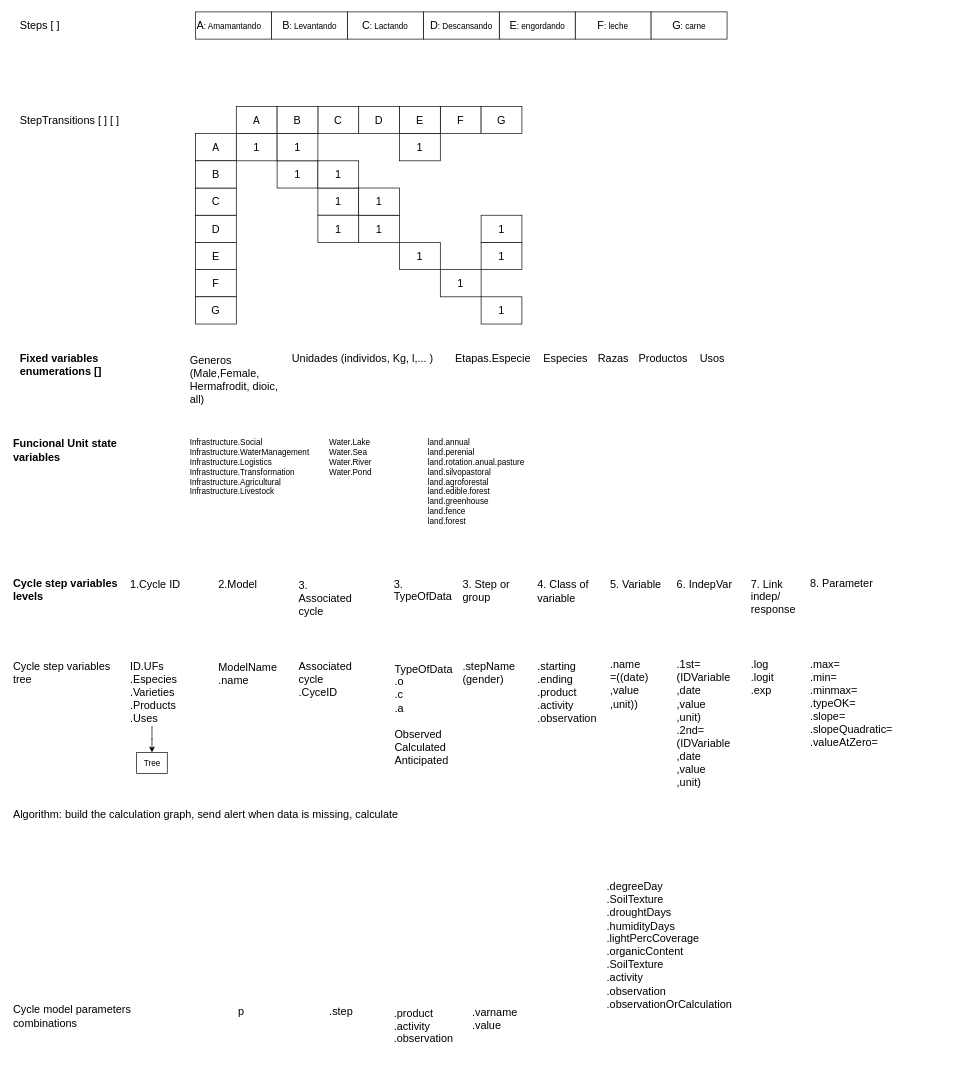
Above: page "Genérico" (1 of 2) of CyclesModels.drawio in stdupas/app.agromaker (draw.io), before the change. Source tidied: cells renumbered, new cells numbered last; positions are measured from the earlier drawing's top-left corner, leaving out a move shared by most shapes. Both pictures are drawn from the tidied source at 68%, with x=0, y=0 at pixel (12, 12).
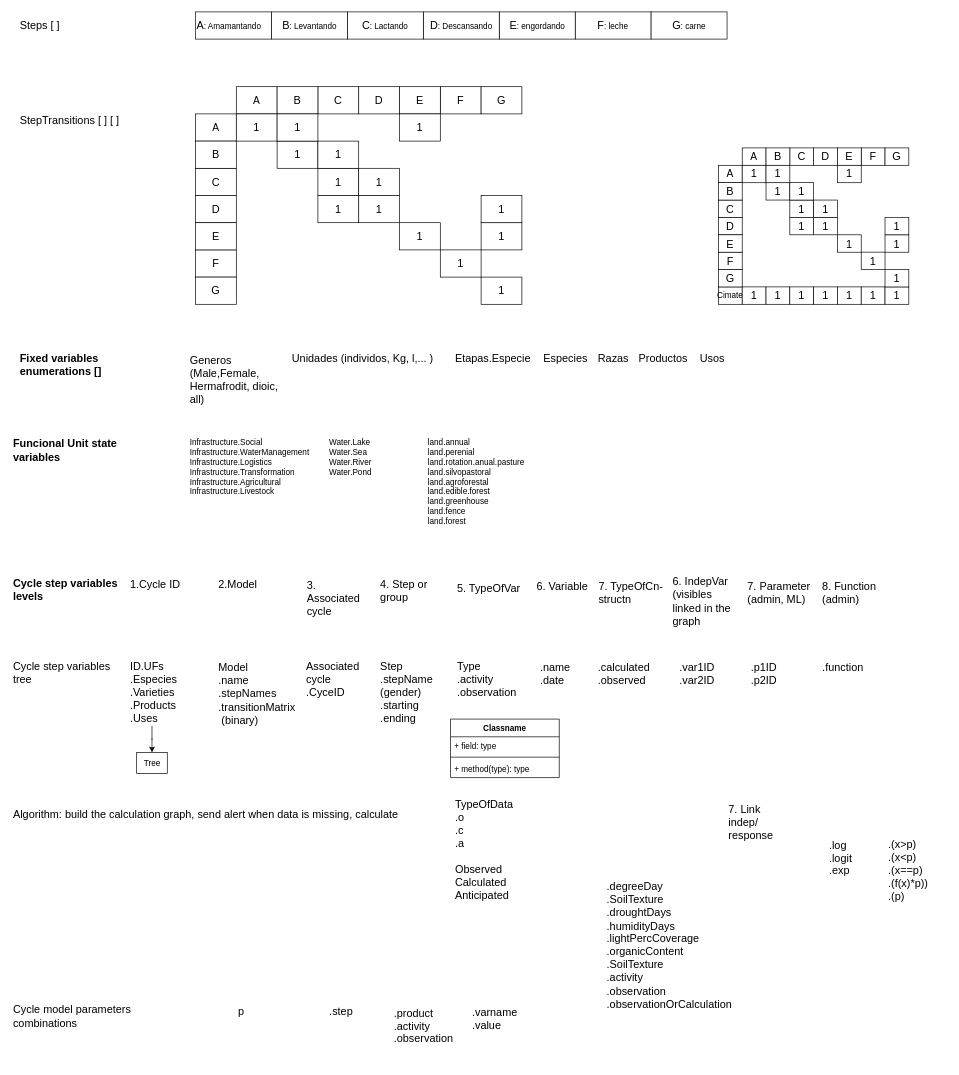
Above is the later version.

Commit message:
Mettre à jour CyclesModels.drawio

The edit, as a diff of the source:
```diff
@@
     <mxCell id="8" style="group;" parent="1" vertex="1">
-      <mxGeometry x="270" y="139" width="480" height="320" as="geometry" />
+      <mxGeometry x="270" y="110" width="480" height="320" as="geometry" />
     </mxCell>
@@
     <mxCell id="47" value="TypeOfData&lt;br&gt;&lt;div&gt;.o&lt;/div&gt;&lt;div style=&quot;font-size: 16px;&quot;&gt;.c&lt;/div&gt;&lt;div style=&quot;font-size: 16px;&quot;&gt;.a&lt;br style=&quot;font-size: 16px;&quot;&gt;&lt;/div&gt;&lt;div&gt;&lt;br&gt;&lt;/div&gt;&lt;div&gt;&lt;div style=&quot;font-size: 16px;&quot;&gt;Observed&lt;/div&gt;&lt;div style=&quot;font-size: 16px;&quot;&gt;Calculated&lt;/div&gt;Anticipated&lt;/div&gt;" style="text;whiteSpace=wrap;html=1;fontSize=16;verticalAlign=top;" parent="1" vertex="1">
-      <mxGeometry x="561.3" y="950" width="100" height="86" as="geometry" />
+      <mxGeometry x="650" y="1148.5" width="100" height="86" as="geometry" />
     </mxCell>
-    <mxCell id="48" value="&lt;div&gt;.stepName (gender)&lt;br&gt;&lt;/div&gt;&lt;div&gt;&lt;br&gt;&lt;/div&gt;" style="text;whiteSpace=wrap;html=1;fontSize=16;verticalAlign=top;" parent="1" vertex="1">
-      <mxGeometry x="661.3" y="946" width="77.2" height="90" as="geometry" />
+    <mxCell id="48" value="&lt;div&gt;Step&lt;br&gt;&lt;/div&gt;&lt;div&gt;.stepName (gender)&lt;/div&gt;&lt;div&gt;&lt;div&gt;.starting&lt;/div&gt;.ending&lt;/div&gt;&lt;div&gt;&lt;br&gt;&lt;/div&gt;" style="text;whiteSpace=wrap;html=1;fontSize=16;verticalAlign=top;" parent="1" vertex="1">
+      <mxGeometry x="540" y="946" width="77.2" height="104" as="geometry" />
     </mxCell>
-    <mxCell id="49" value="&lt;div&gt;.starting&lt;/div&gt;.ending&lt;div&gt;.product&lt;/div&gt;&lt;div&gt;.activity&lt;/div&gt;&lt;div&gt;.observation&lt;/div&gt;" style="text;whiteSpace=wrap;html=1;fontSize=16;verticalAlign=top;" parent="1" vertex="1">
-      <mxGeometry x="771.3" y="946" width="100" height="113" as="geometry" />
-    </mxCell>
-    <mxCell id="50" value="&lt;div&gt;.name&lt;br&gt;&lt;/div&gt;&lt;div&gt;=((date)&lt;/div&gt;&lt;div&gt;,value&lt;/div&gt;&lt;div&gt;,unit))&lt;br&gt;&lt;/div&gt;" style="text;whiteSpace=wrap;html=1;fontSize=16;verticalAlign=top;" parent="1" vertex="1">
-      <mxGeometry x="877.5" y="944" width="100" height="80" as="geometry" />
+    <mxCell id="50" value="&lt;div&gt;.name&lt;br&gt;&lt;/div&gt;&lt;div&gt;.date&lt;/div&gt;" style="text;whiteSpace=wrap;html=1;fontSize=16;verticalAlign=top;" parent="1" vertex="1">
+      <mxGeometry x="775" y="948" width="100" height="54" as="geometry" />
     </mxCell>
@@
-    <mxCell id="52" value="&lt;div&gt;.max=&lt;/div&gt;&lt;div&gt;.min=&lt;/div&gt;&lt;div&gt;.minmax=&lt;/div&gt;.typeOK=&lt;div&gt;&lt;div&gt;.slope=&lt;/div&gt;&lt;div&gt;.slopeQuadratic=&lt;/div&gt;&lt;/div&gt;&lt;div&gt;.valueAtZero=&lt;/div&gt;" style="text;whiteSpace=wrap;html=1;fontSize=16;verticalAlign=top;" parent="1" vertex="1">
-      <mxGeometry x="1171.7" y="942.5" width="90" height="155.5" as="geometry" />
+    <mxCell id="52" value="&lt;div&gt;.(x&amp;gt;p)&lt;/div&gt;&lt;div&gt;.(x&amp;lt;p)&lt;/div&gt;&lt;div&gt;.(x==p)&lt;/div&gt;&lt;div&gt;.(f(x)*p))&lt;/div&gt;&lt;div&gt;.(p)&lt;/div&gt;" style="text;whiteSpace=wrap;html=1;fontSize=16;verticalAlign=top;" parent="1" vertex="1">
+      <mxGeometry x="1287" y="1208" width="90" height="155.5" as="geometry" />
     </mxCell>
@@
-    <mxCell id="62" value="3. TypeOfData&lt;div&gt;&lt;br&gt;&lt;/div&gt;" style="text;html=1;strokeColor=none;fillColor=none;align=left;verticalAlign=middle;whiteSpace=wrap;rounded=0;fontSize=16;" parent="1" vertex="1">
-      <mxGeometry x="560" y="837.5" width="100" height="44" as="geometry" />
+    <mxCell id="62" value="5. TypeOfVar&lt;div&gt;&lt;br&gt;&lt;/div&gt;" style="text;html=1;strokeColor=none;fillColor=none;align=left;verticalAlign=middle;whiteSpace=wrap;rounded=0;fontSize=16;" parent="1" vertex="1">
+      <mxGeometry x="652.8" y="835" width="100" height="44" as="geometry" />
     </mxCell>
-    <mxCell id="63" value="3. Step or group" style="text;html=1;strokeColor=none;fillColor=none;align=left;verticalAlign=middle;whiteSpace=wrap;rounded=0;fontSize=16;" parent="1" vertex="1">
-      <mxGeometry x="661.3" y="832" width="100" height="38" as="geometry" />
+    <mxCell id="63" value="4. Step or group" style="text;html=1;strokeColor=none;fillColor=none;align=left;verticalAlign=middle;whiteSpace=wrap;rounded=0;fontSize=16;" parent="1" vertex="1">
+      <mxGeometry x="540" y="832" width="100" height="38" as="geometry" />
     </mxCell>
-    <mxCell id="64" value="4. Class of variable" style="text;html=1;strokeColor=none;fillColor=none;align=left;verticalAlign=middle;whiteSpace=wrap;rounded=0;fontSize=16;" parent="1" vertex="1">
-      <mxGeometry x="771.3" y="821" width="85" height="62" as="geometry" />
-    </mxCell>
-    <mxCell id="65" value="5. Variable " style="text;html=1;strokeColor=none;fillColor=none;align=left;verticalAlign=middle;whiteSpace=wrap;rounded=0;fontSize=16;" parent="1" vertex="1">
-      <mxGeometry x="877.5" y="825" width="100" height="32" as="geometry" />
+    <mxCell id="65" value="6. Variable " style="text;html=1;strokeColor=none;fillColor=none;align=left;verticalAlign=middle;whiteSpace=wrap;rounded=0;fontSize=16;" parent="1" vertex="1">
+      <mxGeometry x="770" y="828.5" width="100" height="32" as="geometry" />
     </mxCell>
@@
     <mxCell id="73" value="&lt;div&gt;.log&lt;/div&gt;&lt;div&gt;.logit&lt;/div&gt;&lt;div&gt;.exp&lt;br&gt;&lt;/div&gt;" style="text;whiteSpace=wrap;html=1;fontSize=16;verticalAlign=top;" parent="1" vertex="1">
-      <mxGeometry x="1084.7" y="943.5" width="60" height="74.5" as="geometry" />
+      <mxGeometry x="1200" y="1209" width="60" height="74.5" as="geometry" />
     </mxCell>
@@
-    <mxCell id="76" value="6. IndepVar" style="text;html=1;strokeColor=none;fillColor=none;align=left;verticalAlign=middle;whiteSpace=wrap;rounded=0;fontSize=16;" parent="1" vertex="1">
-      <mxGeometry x="975.5" y="825" width="100" height="32" as="geometry" />
+    <mxCell id="76" value="&lt;div&gt;6. IndepVar&lt;/div&gt;&lt;div&gt;(visibles linked in the graph&lt;br&gt;&lt;/div&gt;" style="text;html=1;strokeColor=none;fillColor=none;align=left;verticalAlign=middle;whiteSpace=wrap;rounded=0;fontSize=16;" parent="1" vertex="1">
+      <mxGeometry x="970" y="851" width="100" height="32" as="geometry" />
     </mxCell>
-    <mxCell id="77" value="8. Parameter " style="text;html=1;strokeColor=none;fillColor=none;align=left;verticalAlign=middle;whiteSpace=wrap;rounded=0;fontSize=16;" parent="1" vertex="1">
-      <mxGeometry x="1171.7" y="824" width="100" height="32" as="geometry" />
+    <mxCell id="77" value="7. Parameter (admin, ML) " style="text;html=1;strokeColor=none;fillColor=none;align=left;verticalAlign=middle;whiteSpace=wrap;rounded=0;fontSize=16;" parent="1" vertex="1">
+      <mxGeometry x="1080" y="838" width="100" height="32" as="geometry" />
     </mxCell>
@@
     <mxCell id="79" value="7. Link &lt;br&gt;indep/ response" style="text;html=1;strokeColor=none;fillColor=none;align=left;verticalAlign=middle;whiteSpace=wrap;rounded=0;fontSize=16;" parent="1" vertex="1">
-      <mxGeometry x="1084.7" y="828" width="64.2" height="63" as="geometry" />
+      <mxGeometry x="1051.7" y="1160" width="64.2" height="63" as="geometry" />
     </mxCell>
-    <mxCell id="80" value="&lt;div&gt;.1st=&lt;br&gt;(IDVariable&lt;/div&gt;&lt;div&gt;,date&lt;/div&gt;&lt;div&gt;,value&lt;/div&gt;&lt;div&gt;,unit)&lt;/div&gt;&lt;div&gt;&lt;div&gt;.2nd=&lt;/div&gt;&lt;div&gt;(IDVariable&lt;/div&gt;&lt;div&gt;,date&lt;/div&gt;&lt;div&gt;,value&lt;/div&gt;,unit)&lt;/div&gt;" style="text;whiteSpace=wrap;html=1;fontSize=16;verticalAlign=top;" parent="1" vertex="1">
-      <mxGeometry x="975.5" y="944" width="100" height="204" as="geometry" />
+    <mxCell id="80" value="&lt;div&gt;.var1ID&lt;/div&gt;&lt;div&gt;&lt;div&gt;.var2ID&lt;/div&gt;&lt;/div&gt;" style="text;whiteSpace=wrap;html=1;fontSize=16;verticalAlign=top;" parent="1" vertex="1">
+      <mxGeometry x="980" y="948" width="90" height="72" as="geometry" />
     </mxCell>
@@
-    <mxCell id="83" value="&lt;div&gt;ModelName&lt;/div&gt;&lt;div&gt;.name&lt;br&gt;&lt;/div&gt;" style="text;whiteSpace=wrap;html=1;fontSize=16;verticalAlign=top;" parent="1" vertex="1">
+    <mxCell id="83" value="&lt;div&gt;Model&lt;/div&gt;&lt;div&gt;.name&lt;/div&gt;&lt;div&gt;.stepNames&lt;br&gt;&lt;/div&gt;&lt;div&gt;.transitionMatrix&lt;br&gt;&lt;/div&gt;&amp;nbsp;(binary)" style="text;whiteSpace=wrap;html=1;fontSize=16;verticalAlign=top;" parent="1" vertex="1">
       <mxGeometry x="302" y="948" width="68" height="100" as="geometry" />
     </mxCell>
     <mxCell id="84" value="&lt;div&gt;3. Associated&lt;/div&gt;&lt;div&gt;cycle&lt;/div&gt;" style="text;html=1;strokeColor=none;fillColor=none;align=left;verticalAlign=middle;whiteSpace=wrap;rounded=0;fontSize=16;" parent="1" vertex="1">
-      <mxGeometry x="420" y="821" width="78" height="82" as="geometry" />
+      <mxGeometry x="432" y="821" width="78" height="82" as="geometry" />
     </mxCell>
     <mxCell id="85" value="Associated&lt;div&gt;cycle&lt;/div&gt;&lt;div&gt;.CyceID&lt;br&gt;&lt;/div&gt;" style="text;html=1;strokeColor=none;fillColor=none;align=left;verticalAlign=middle;whiteSpace=wrap;rounded=0;fontSize=16;" parent="1" vertex="1">
-      <mxGeometry x="420" y="939.8" width="78" height="82" as="geometry" />
+      <mxGeometry x="430.8" y="939.8" width="78" height="82" as="geometry" />
     </mxCell>
+    <mxCell id="86" value="&lt;div&gt;Type&lt;br&gt;&lt;/div&gt;&lt;div&gt;.activity &lt;br&gt;&lt;/div&gt;&lt;div&gt;.observation&lt;/div&gt;" style="text;whiteSpace=wrap;html=1;fontSize=16;verticalAlign=top;" parent="1" vertex="1">
+      <mxGeometry x="652.8" y="946" width="77.2" height="90" as="geometry" />
+    </mxCell>
+    <mxCell id="87" value="Classname" style="swimlane;fontStyle=1;align=center;verticalAlign=top;horizontal=1;startSize=26;whiteSpace=wrap;html=1;" parent="1" vertex="1">
+      <mxGeometry x="645" y="1040" width="160" height="86" as="geometry" />
+    </mxCell>
+    <mxCell id="88" value="+ field: type" style="text;strokeColor=none;fillColor=none;align=left;verticalAlign=top;spacingLeft=4;spacingRight=4;overflow=hidden;whiteSpace=wrap;html=1;" parent="87" vertex="1">
+      <mxGeometry y="26" width="160" height="26" as="geometry" />
+    </mxCell>
+    <mxCell id="89" style="line;strokeWidth=1;fillColor=none;align=left;verticalAlign=middle;spacingTop=-1;spacingLeft=3;spacingRight=3;labelPosition=right;strokeColor=inherit;" parent="87" vertex="1">
+      <mxGeometry y="52" width="160" height="8" as="geometry" />
+    </mxCell>
+    <mxCell id="90" value="+ method(type): type" style="text;strokeColor=none;fillColor=none;align=left;verticalAlign=top;spacingLeft=4;spacingRight=4;overflow=hidden;whiteSpace=wrap;html=1;" parent="87" vertex="1">
+      <mxGeometry y="60" width="160" height="26" as="geometry" />
+    </mxCell>
+    <mxCell id="91" value="7. TypeOfCn-structn " style="text;html=1;strokeColor=none;fillColor=none;align=left;verticalAlign=middle;whiteSpace=wrap;rounded=0;fontSize=16;" parent="1" vertex="1">
+      <mxGeometry x="861.3" y="838" width="100" height="32" as="geometry" />
+    </mxCell>
+    <mxCell id="92" value="&lt;div&gt;.calculated&lt;/div&gt;&lt;div&gt;.observed&lt;/div&gt;" style="text;whiteSpace=wrap;html=1;fontSize=16;verticalAlign=top;" parent="1" vertex="1">
+      <mxGeometry x="860" y="948" width="100" height="72" as="geometry" />
+    </mxCell>
+    <mxCell id="93" value="&lt;div&gt;8. Function &lt;br&gt;&lt;/div&gt;&lt;div&gt;(admin)&lt;br&gt;&lt;/div&gt;" style="text;html=1;strokeColor=none;fillColor=none;align=left;verticalAlign=middle;whiteSpace=wrap;rounded=0;fontSize=16;" parent="1" vertex="1">
+      <mxGeometry x="1190" y="838" width="100" height="32" as="geometry" />
+    </mxCell>
+    <mxCell id="94" value="&lt;div&gt;.p1ID&lt;/div&gt;&lt;div&gt;&lt;div&gt;.p2ID&lt;/div&gt;&lt;/div&gt;" style="text;whiteSpace=wrap;html=1;fontSize=16;verticalAlign=top;" parent="1" vertex="1">
+      <mxGeometry x="1085" y="948" width="90" height="72" as="geometry" />
+    </mxCell>
+    <mxCell id="95" value=".function" style="text;whiteSpace=wrap;html=1;fontSize=16;verticalAlign=top;" parent="1" vertex="1">
+      <mxGeometry x="1190" y="948" width="90" height="72" as="geometry" />
+    </mxCell>
+    <mxCell id="96" style="group;" parent="1" vertex="1">
+      <mxGeometry x="1039" y="200" width="280" height="230" as="geometry" />
+    </mxCell>
+    <mxCell id="97" value="Cimate" style="rounded=0;whiteSpace=wrap;html=1;" parent="96" vertex="1">
+      <mxGeometry y="204.4" width="35" height="25.6" as="geometry" />
+    </mxCell>
+    <mxCell id="98" value="&lt;font style=&quot;font-size: 16px;&quot;&gt;1&lt;/font&gt;" style="rounded=0;whiteSpace=wrap;html=1;" parent="96" vertex="1">
+      <mxGeometry x="35" y="204.4" width="35" height="25.6" as="geometry" />
+    </mxCell>
+    <mxCell id="99" value="&lt;font style=&quot;font-size: 16px;&quot;&gt;1&lt;/font&gt;" style="rounded=0;whiteSpace=wrap;html=1;" parent="96" vertex="1">
+      <mxGeometry x="70" y="204.4" width="35" height="25.6" as="geometry" />
+    </mxCell>
+    <mxCell id="100" value="&lt;font style=&quot;font-size: 16px;&quot;&gt;1&lt;/font&gt;" style="rounded=0;whiteSpace=wrap;html=1;" parent="96" vertex="1">
+      <mxGeometry x="105" y="204.4" width="35" height="25.6" as="geometry" />
+    </mxCell>
+    <mxCell id="101" value="&lt;font style=&quot;font-size: 16px;&quot;&gt;1&lt;/font&gt;" style="rounded=0;whiteSpace=wrap;html=1;" parent="96" vertex="1">
+      <mxGeometry x="140" y="204.4" width="35" height="25.6" as="geometry" />
+    </mxCell>
+    <mxCell id="102" value="&lt;font style=&quot;font-size: 16px;&quot;&gt;1&lt;/font&gt;" style="rounded=0;whiteSpace=wrap;html=1;" parent="96" vertex="1">
+      <mxGeometry x="175" y="204.4" width="35" height="25.6" as="geometry" />
+    </mxCell>
+    <mxCell id="103" value="&lt;font style=&quot;font-size: 16px;&quot;&gt;1&lt;/font&gt;" style="rounded=0;whiteSpace=wrap;html=1;" parent="96" vertex="1">
+      <mxGeometry x="210" y="204.4" width="35" height="25.6" as="geometry" />
+    </mxCell>
+    <mxCell id="104" value="&lt;font style=&quot;font-size: 16px;&quot;&gt;1&lt;/font&gt;" style="rounded=0;whiteSpace=wrap;html=1;" parent="96" vertex="1">
+      <mxGeometry x="245" y="204.4" width="35" height="25.6" as="geometry" />
+    </mxCell>
+    <mxCell id="105" style="group;" parent="96" vertex="1">
+      <mxGeometry width="280" height="204.4" as="geometry" />
+    </mxCell>
+    <mxCell id="106" style="shape=partialRectangle;html=1;whiteSpace=wrap;strokeColor=default;overflow=hidden;fillColor=none;top=0;left=0;bottom=0;right=0;fontSize=16;strokeWidth=3;" parent="105" vertex="1">
+      <mxGeometry x="210" y="127.8" width="35" height="25.6" as="geometry" />
+    </mxCell>
+    <mxCell id="107" value="&lt;font style=&quot;font-size: 16px;&quot;&gt;F&lt;/font&gt;" style="rounded=0;whiteSpace=wrap;html=1;" parent="105" vertex="1">
+      <mxGeometry x="210" width="35" height="25.6" as="geometry" />
+    </mxCell>
+    <mxCell id="108" value="&lt;font style=&quot;font-size: 16px;&quot;&gt;1&lt;/font&gt;" style="rounded=0;whiteSpace=wrap;html=1;" parent="105" vertex="1">
+      <mxGeometry x="210" y="153.3" width="35" height="25.6" as="geometry" />
+    </mxCell>
+    <mxCell id="109" value="&lt;font style=&quot;font-size: 16px;&quot;&gt;F&lt;/font&gt;" style="rounded=0;whiteSpace=wrap;html=1;" parent="105" vertex="1">
+      <mxGeometry y="153.3" width="35" height="25.6" as="geometry" />
+    </mxCell>
+    <mxCell id="110" value="&lt;font style=&quot;font-size: 16px;&quot;&gt;G&lt;/font&gt;" style="rounded=0;whiteSpace=wrap;html=1;" parent="105" vertex="1">
+      <mxGeometry x="245" width="35" height="25.6" as="geometry" />
+    </mxCell>
+    <mxCell id="111" value="&lt;font style=&quot;font-size: 16px;&quot;&gt;G&lt;/font&gt;" style="rounded=0;whiteSpace=wrap;html=1;" parent="105" vertex="1">
+      <mxGeometry y="178.9" width="35" height="25.6" as="geometry" />
+    </mxCell>
+    <mxCell id="112" value="&lt;font style=&quot;font-size: 16px;&quot;&gt;1&lt;/font&gt;" style="rounded=0;whiteSpace=wrap;html=1;" parent="105" vertex="1">
+      <mxGeometry x="245" y="178.9" width="35" height="25.6" as="geometry" />
+    </mxCell>
+    <mxCell id="113" value="&lt;font style=&quot;font-size: 16px;&quot;&gt;1&lt;/font&gt;" style="rounded=0;whiteSpace=wrap;html=1;" parent="105" vertex="1">
+      <mxGeometry x="245" y="127.8" width="35" height="25.6" as="geometry" />
+    </mxCell>
+    <mxCell id="114" value="&lt;font style=&quot;font-size: 16px;&quot;&gt;D&lt;/font&gt;" style="rounded=0;whiteSpace=wrap;html=1;" parent="105" vertex="1">
+      <mxGeometry x="140" width="35" height="25.6" as="geometry" />
+    </mxCell>
+    <mxCell id="115" value="&lt;font style=&quot;font-size: 16px;&quot;&gt;E&lt;/font&gt;" style="rounded=0;whiteSpace=wrap;html=1;" parent="105" vertex="1">
+      <mxGeometry x="175" width="35" height="25.6" as="geometry" />
+    </mxCell>
+    <mxCell id="116" value="&lt;font style=&quot;font-size: 16px;&quot;&gt;C&lt;/font&gt;" style="rounded=0;whiteSpace=wrap;html=1;" parent="105" vertex="1">
+      <mxGeometry x="105" width="35" height="25.6" as="geometry" />
+    </mxCell>
+    <mxCell id="117" value="&lt;font style=&quot;font-size: 15px;&quot;&gt;A&lt;/font&gt;" style="rounded=0;whiteSpace=wrap;html=1;" parent="105" vertex="1">
+      <mxGeometry x="35" width="35" height="25.6" as="geometry" />
+    </mxCell>
+    <mxCell id="118" value="&lt;font style=&quot;font-size: 16px;&quot;&gt;B&lt;/font&gt;" style="rounded=0;whiteSpace=wrap;html=1;" parent="105" vertex="1">
+      <mxGeometry x="70" width="35" height="25.6" as="geometry" />
+    </mxCell>
+    <mxCell id="119" value="&lt;font style=&quot;font-size: 16px;&quot;&gt;D&lt;/font&gt;" style="rounded=0;whiteSpace=wrap;html=1;" parent="105" vertex="1">
+      <mxGeometry y="102.2" width="35" height="25.6" as="geometry" />
+    </mxCell>
+    <mxCell id="120" value="&lt;font style=&quot;font-size: 16px;&quot;&gt;E&lt;/font&gt;" style="rounded=0;whiteSpace=wrap;html=1;" parent="105" vertex="1">
+      <mxGeometry y="127.8" width="35" height="25.6" as="geometry" />
+    </mxCell>
+    <mxCell id="121" value="&lt;font style=&quot;font-size: 16px;&quot;&gt;C&lt;/font&gt;" style="rounded=0;whiteSpace=wrap;html=1;" parent="105" vertex="1">
+      <mxGeometry y="76.7" width="35" height="25.6" as="geometry" />
+    </mxCell>
+    <mxCell id="122" value="&lt;font style=&quot;font-size: 15px;&quot;&gt;A&lt;/font&gt;" style="rounded=0;whiteSpace=wrap;html=1;" parent="105" vertex="1">
+      <mxGeometry y="25.6" width="35" height="25.6" as="geometry" />
+    </mxCell>
+    <mxCell id="123" value="&lt;font style=&quot;font-size: 16px;&quot;&gt;B&lt;/font&gt;" style="rounded=0;whiteSpace=wrap;html=1;" parent="105" vertex="1">
+      <mxGeometry y="51.1" width="35" height="25.6" as="geometry" />
+    </mxCell>
+    <mxCell id="124" value="&lt;font style=&quot;font-size: 16px;&quot;&gt;1&lt;/font&gt;" style="rounded=0;whiteSpace=wrap;html=1;" parent="105" vertex="1">
+      <mxGeometry x="140" y="102.2" width="35" height="25.6" as="geometry" />
+    </mxCell>
+    <mxCell id="125" value="&lt;font style=&quot;font-size: 16px;&quot;&gt;1&lt;/font&gt;" style="rounded=0;whiteSpace=wrap;html=1;" parent="105" vertex="1">
+      <mxGeometry x="175" y="127.8" width="35" height="25.6" as="geometry" />
+    </mxCell>
+    <mxCell id="126" value="&lt;font style=&quot;font-size: 16px;&quot;&gt;1&lt;/font&gt;" style="rounded=0;whiteSpace=wrap;html=1;" parent="105" vertex="1">
+      <mxGeometry x="70" y="51.1" width="35" height="25.6" as="geometry" />
+    </mxCell>
+    <mxCell id="127" value="&lt;font style=&quot;font-size: 16px;&quot;&gt;1&lt;/font&gt;" style="rounded=0;whiteSpace=wrap;html=1;" parent="105" vertex="1">
+      <mxGeometry x="105" y="76.7" width="35" height="25.6" as="geometry" />
+    </mxCell>
+    <mxCell id="128" value="&lt;font style=&quot;font-size: 16px;&quot;&gt;1&lt;/font&gt;" style="rounded=0;whiteSpace=wrap;html=1;" parent="105" vertex="1">
+      <mxGeometry x="35" y="25.6" width="35" height="25.6" as="geometry" />
+    </mxCell>
+    <mxCell id="129" value="&lt;font style=&quot;font-size: 16px;&quot;&gt;1&lt;/font&gt;" style="rounded=0;whiteSpace=wrap;html=1;" parent="105" vertex="1">
+      <mxGeometry x="175" y="25.6" width="35" height="25.6" as="geometry" />
+    </mxCell>
+    <mxCell id="130" value="&lt;font style=&quot;font-size: 16px;&quot;&gt;1&lt;/font&gt;" style="rounded=0;whiteSpace=wrap;html=1;" parent="105" vertex="1">
+      <mxGeometry x="105" y="51.1" width="35" height="25.6" as="geometry" />
+    </mxCell>
+    <mxCell id="131" value="&lt;font style=&quot;font-size: 16px;&quot;&gt;1&lt;/font&gt;" style="rounded=0;whiteSpace=wrap;html=1;" parent="105" vertex="1">
+      <mxGeometry x="70" y="25.6" width="35" height="25.6" as="geometry" />
+    </mxCell>
+    <mxCell id="132" value="&lt;font style=&quot;font-size: 16px;&quot;&gt;1&lt;/font&gt;" style="rounded=0;whiteSpace=wrap;html=1;" parent="105" vertex="1">
+      <mxGeometry x="140" y="76.7" width="35" height="25.6" as="geometry" />
+    </mxCell>
+    <mxCell id="133" value="&lt;font style=&quot;font-size: 16px;&quot;&gt;1&lt;/font&gt;" style="rounded=0;whiteSpace=wrap;html=1;" parent="105" vertex="1">
+      <mxGeometry x="105" y="102.2" width="35" height="25.6" as="geometry" />
+    </mxCell>
+    <mxCell id="134" value="&lt;font style=&quot;font-size: 16px;&quot;&gt;1&lt;/font&gt;" style="rounded=0;whiteSpace=wrap;html=1;" parent="105" vertex="1">
+      <mxGeometry x="245" y="102.2" width="35" height="25.6" as="geometry" />
+    </mxCell>
```
